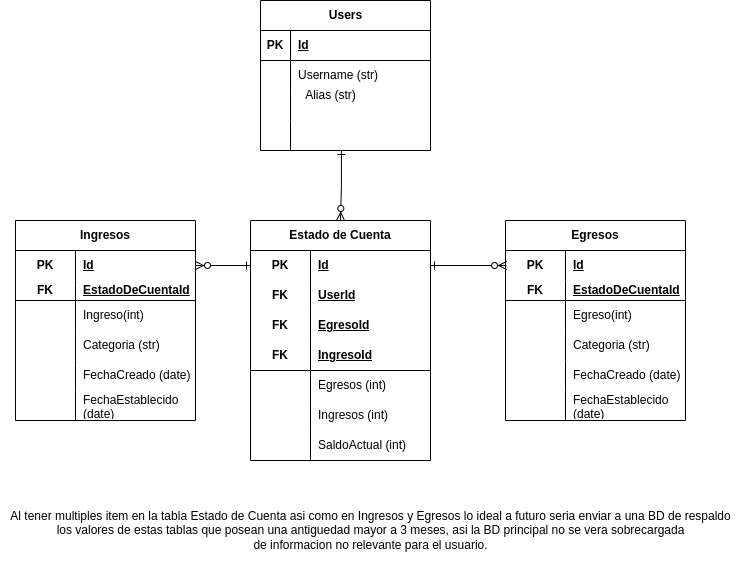
lukasvaz/fork-Software-Engineering keeps this draw.io diagram as db_design.drawio.png. Above is the earlier version. Source tidied: cells renumbered, new cells last; positions are measured from the earlier drawing's top-left corner, leaving out a move shared by most shapes.
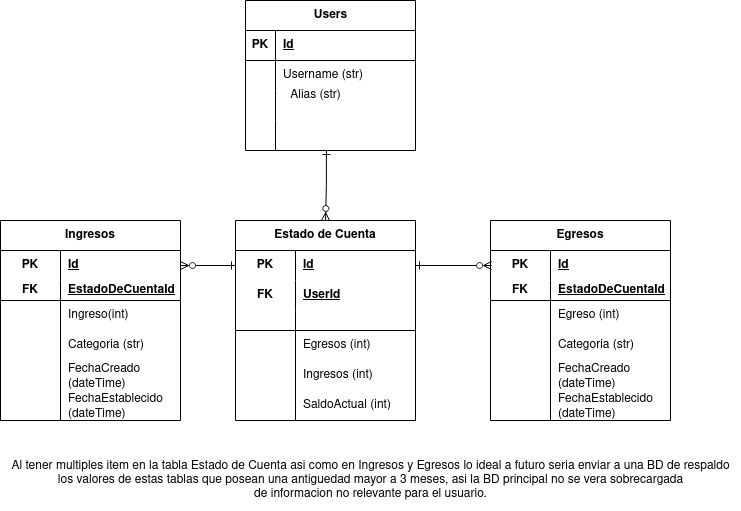
The same file after the commit.

Commit message:
fix: deleted IngresoId and EgresoId foreign keys

What changed in the source:
```diff
@@ -45,7 +45,7 @@
       <mxGeometry x="30" width="140" height="30" as="geometry" />
     </mxCell>
     <mxCell id="16" value="Estado de Cuenta" style="shape=table;startSize=30;rowLines=0;fontStyle=1;align=center;html=1;whiteSpace=wrap;columnLines=1;" parent="1" vertex="1">
-      <mxGeometry x="250" y="220" width="180" height="240" as="geometry" />
+      <mxGeometry x="250" y="220" width="180" height="200" as="geometry" />
     </mxCell>
     <mxCell id="17" style="shape=tableRow;horizontal=0;startSize=0;swimlaneHead=0;swimlaneBody=0;fillColor=none;points=[[0,0.5],[1,0.5]];portConstraint=eastwest;top=0;left=0;right=0;bottom=0;html=1;" parent="16" vertex="1">
       <mxGeometry y="30" width="180" height="30" as="geometry" />
@@ -65,26 +65,26 @@
     <mxCell id="22" value="UserId" style="shape=partialRectangle;fillColor=none;top=0;left=0;bottom=0;right=0;align=left;spacingLeft=6;fontStyle=5;overflow=hidden;html=1;whiteSpace=wrap;" parent="20" vertex="1">
       <mxGeometry x="60" width="120" height="30" as="geometry" />
     </mxCell>
+    <mxCell id="26" style="shape=tableRow;horizontal=0;startSize=0;swimlaneHead=0;swimlaneBody=0;fillColor=none;top=0;left=0;right=0;bottom=1;html=1;" parent="16" vertex="1">
+      <mxGeometry y="90" width="180" height="20" as="geometry" />
+    </mxCell>
+    <mxCell id="27" style="shape=partialRectangle;fillColor=none;top=0;left=0;bottom=0;right=0;overflow=hidden;html=1;whiteSpace=wrap;" parent="26" vertex="1">
+      <mxGeometry width="60" height="20" as="geometry" />
+    </mxCell>
+    <mxCell id="28" style="shape=partialRectangle;fillColor=none;top=0;left=0;bottom=0;right=0;align=left;spacingLeft=6;overflow=hidden;html=1;whiteSpace=wrap;" parent="26" vertex="1">
+      <mxGeometry x="60" width="120" height="20" as="geometry" />
+    </mxCell>
     <mxCell id="23" style="shape=tableRow;horizontal=0;startSize=0;swimlaneHead=0;swimlaneBody=0;fillColor=none;top=0;left=0;right=0;bottom=0;html=1;strokeColor=default;" parent="16" vertex="1">
-      <mxGeometry y="90" width="180" height="30" as="geometry" />
+      <mxGeometry y="110" width="180" height="30" as="geometry" />
     </mxCell>
-    <mxCell id="24" value="&lt;b&gt;FK&lt;/b&gt;" style="shape=partialRectangle;fillColor=none;top=0;left=0;bottom=0;right=0;overflow=hidden;html=1;whiteSpace=wrap;" parent="23" vertex="1">
+    <mxCell id="24" style="shape=partialRectangle;fillColor=none;top=0;left=0;bottom=0;right=0;overflow=hidden;html=1;whiteSpace=wrap;" parent="23" vertex="1">
       <mxGeometry width="60" height="30" as="geometry" />
     </mxCell>
-    <mxCell id="25" value="&lt;b&gt;&lt;u&gt;EgresoId&lt;/u&gt;&lt;/b&gt;" style="shape=partialRectangle;fillColor=none;top=0;left=0;bottom=0;right=0;align=left;spacingLeft=6;overflow=hidden;html=1;whiteSpace=wrap;" parent="23" vertex="1">
+    <mxCell id="25" style="shape=partialRectangle;fillColor=none;top=0;left=0;bottom=0;right=0;align=left;spacingLeft=6;overflow=hidden;html=1;whiteSpace=wrap;" parent="23" vertex="1">
       <mxGeometry x="60" width="120" height="30" as="geometry" />
     </mxCell>
-    <mxCell id="26" style="shape=tableRow;horizontal=0;startSize=0;swimlaneHead=0;swimlaneBody=0;fillColor=none;top=0;left=0;right=0;bottom=1;html=1;" parent="16" vertex="1">
-      <mxGeometry y="120" width="180" height="30" as="geometry" />
-    </mxCell>
-    <mxCell id="27" value="&lt;b&gt;FK&lt;/b&gt;" style="shape=partialRectangle;fillColor=none;top=0;left=0;bottom=0;right=0;overflow=hidden;html=1;whiteSpace=wrap;" parent="26" vertex="1">
-      <mxGeometry width="60" height="30" as="geometry" />
-    </mxCell>
-    <mxCell id="28" value="&lt;b&gt;&lt;u&gt;IngresoId&lt;/u&gt;&lt;/b&gt;" style="shape=partialRectangle;fillColor=none;top=0;left=0;bottom=0;right=0;align=left;spacingLeft=6;overflow=hidden;html=1;whiteSpace=wrap;" parent="26" vertex="1">
-      <mxGeometry x="60" width="120" height="30" as="geometry" />
-    </mxCell>
     <mxCell id="29" value="Ingresos (int)" style="shape=partialRectangle;fillColor=none;top=0;left=1;bottom=0;right=0;align=left;spacingLeft=6;overflow=hidden;html=1;whiteSpace=wrap;labelBorderColor=none;" parent="1" vertex="1">
-      <mxGeometry x="310" y="400" width="120" height="30" as="geometry" />
+      <mxGeometry x="310" y="360" width="120" height="30" as="geometry" />
     </mxCell>
     <mxCell id="30" style="edgeStyle=orthogonalEdgeStyle;rounded=0;jettySize=auto;html=1;exitX=0;exitY=0.5;exitDx=0;exitDy=0;entryX=1;entryY=0.5;entryDx=0;entryDy=0;endArrow=ERzeroToMany;endFill=0;startArrow=ERone;startFill=0;" parent="1" edge="1" source="17">
       <mxGeometry relative="1" as="geometry">
@@ -92,7 +92,7 @@
       </mxGeometry>
     </mxCell>
     <mxCell id="31" value="SaldoActual (int)" style="shape=partialRectangle;fillColor=none;top=0;left=1;bottom=0;right=0;align=left;spacingLeft=6;overflow=hidden;html=1;whiteSpace=wrap;labelBorderColor=none;" parent="1" vertex="1">
-      <mxGeometry x="310" y="430" width="120" height="30" as="geometry" />
+      <mxGeometry x="310" y="390" width="120" height="30" as="geometry" />
     </mxCell>
     <mxCell id="32" value="Egresos" style="shape=table;startSize=30;rowLines=0;fontStyle=1;align=center;html=1;whiteSpace=wrap;" parent="1" vertex="1">
       <mxGeometry x="505" y="220" width="180" height="200" as="geometry" />
@@ -121,13 +121,13 @@
     <mxCell id="40" style="shape=partialRectangle;fillColor=none;top=0;left=0;bottom=0;right=0;overflow=hidden;html=1;whiteSpace=wrap;" parent="39" vertex="1">
       <mxGeometry width="60" height="30" as="geometry" />
     </mxCell>
-    <mxCell id="41" value="Egreso(int)" style="shape=partialRectangle;fillColor=none;top=0;left=0;bottom=0;right=0;align=left;spacingLeft=6;overflow=hidden;html=1;whiteSpace=wrap;" parent="39" vertex="1">
+    <mxCell id="41" value="Egreso (int)" style="shape=partialRectangle;fillColor=none;top=0;left=0;bottom=0;right=0;align=left;spacingLeft=6;overflow=hidden;html=1;whiteSpace=wrap;" parent="39" vertex="1">
       <mxGeometry x="60" width="120" height="30" as="geometry" />
     </mxCell>
-    <mxCell id="42" value="FechaCreado (date)" style="shape=partialRectangle;fillColor=none;top=0;left=1;bottom=0;right=0;align=left;spacingLeft=6;overflow=hidden;html=1;whiteSpace=wrap;" parent="1" vertex="1">
+    <mxCell id="42" value="FechaCreado (dateTime)" style="shape=partialRectangle;fillColor=none;top=0;left=1;bottom=0;right=0;align=left;spacingLeft=6;overflow=hidden;html=1;whiteSpace=wrap;" parent="1" vertex="1">
       <mxGeometry x="565" y="360" width="120" height="30" as="geometry" />
     </mxCell>
-    <mxCell id="43" value="FechaEstablecido (date)" style="shape=partialRectangle;fillColor=none;top=0;left=1;bottom=0;right=0;align=left;spacingLeft=6;overflow=hidden;html=1;whiteSpace=wrap;" parent="1" vertex="1">
+    <mxCell id="43" value="FechaEstablecido (dateTime)" style="shape=partialRectangle;fillColor=none;top=0;left=1;bottom=0;right=0;align=left;spacingLeft=6;overflow=hidden;html=1;whiteSpace=wrap;" parent="1" vertex="1">
       <mxGeometry x="565" y="390" width="120" height="30" as="geometry" />
     </mxCell>
     <mxCell id="44" value="Categoria (str)" style="shape=partialRectangle;fillColor=none;top=0;left=1;bottom=0;right=0;align=left;spacingLeft=6;overflow=hidden;html=1;whiteSpace=wrap;" parent="1" vertex="1">
@@ -163,10 +163,10 @@
     <mxCell id="54" value="Ingreso(int)" style="shape=partialRectangle;fillColor=none;top=0;left=0;bottom=0;right=0;align=left;spacingLeft=6;overflow=hidden;html=1;whiteSpace=wrap;" parent="52" vertex="1">
       <mxGeometry x="60" width="120" height="30" as="geometry" />
     </mxCell>
-    <mxCell id="55" value="FechaCreado (date)" style="shape=partialRectangle;fillColor=none;top=0;left=1;bottom=0;right=0;align=left;spacingLeft=6;overflow=hidden;html=1;whiteSpace=wrap;" parent="1" vertex="1">
+    <mxCell id="55" value="FechaCreado (dateTime)" style="shape=partialRectangle;fillColor=none;top=0;left=1;bottom=0;right=0;align=left;spacingLeft=6;overflow=hidden;html=1;whiteSpace=wrap;" parent="1" vertex="1">
       <mxGeometry x="75" y="360" width="120" height="30" as="geometry" />
     </mxCell>
-    <mxCell id="56" value="FechaEstablecido (date)" style="shape=partialRectangle;fillColor=none;top=0;left=1;bottom=0;right=0;align=left;spacingLeft=6;overflow=hidden;html=1;whiteSpace=wrap;" parent="1" vertex="1">
+    <mxCell id="56" value="FechaEstablecido (dateTime)" style="shape=partialRectangle;fillColor=none;top=0;left=1;bottom=0;right=0;align=left;spacingLeft=6;overflow=hidden;html=1;whiteSpace=wrap;" parent="1" vertex="1">
       <mxGeometry x="75" y="390" width="120" height="30" as="geometry" />
     </mxCell>
     <mxCell id="57" value="Categoria (str)" style="shape=partialRectangle;fillColor=none;top=0;left=1;bottom=0;right=0;align=left;spacingLeft=6;overflow=hidden;html=1;whiteSpace=wrap;" parent="1" vertex="1">
@@ -176,13 +176,13 @@
       <mxGeometry relative="1" as="geometry" />
     </mxCell>
     <mxCell id="59" value="Egresos (int)" style="shape=partialRectangle;fillColor=none;top=0;left=1;bottom=0;right=0;align=left;spacingLeft=6;overflow=hidden;html=1;whiteSpace=wrap;labelBorderColor=none;" parent="1" vertex="1">
-      <mxGeometry x="310" y="370" width="120" height="30" as="geometry" />
+      <mxGeometry x="310" y="330" width="120" height="30" as="geometry" />
     </mxCell>
     <mxCell id="60" value="Alias (str)" style="text;html=1;align=center;verticalAlign=middle;strokeColor=none;fillColor=none;" parent="1" vertex="1">
       <mxGeometry x="295" y="80" width="70" height="30" as="geometry" />
     </mxCell>
     <mxCell id="61" value="Al tener multiples item en la tabla Estado de Cuenta asi como en Ingresos y Egresos lo ideal a futuro seria enviar a una BD de respaldo&lt;br&gt;los valores de estas tablas que posean una antiguedad mayor a 3 meses, asi la BD principal no se vera sobrecargada&lt;br&gt;de informacion no relevante para el usuario." style="text;html=1;align=center;verticalAlign=middle;strokeColor=none;fillColor=none;" parent="1" vertex="1">
-      <mxGeometry y="500" width="740" height="60" as="geometry" />
+      <mxGeometry x="15" y="450" width="740" height="60" as="geometry" />
     </mxCell>
   </root>
 </mxGraphModel>
```
